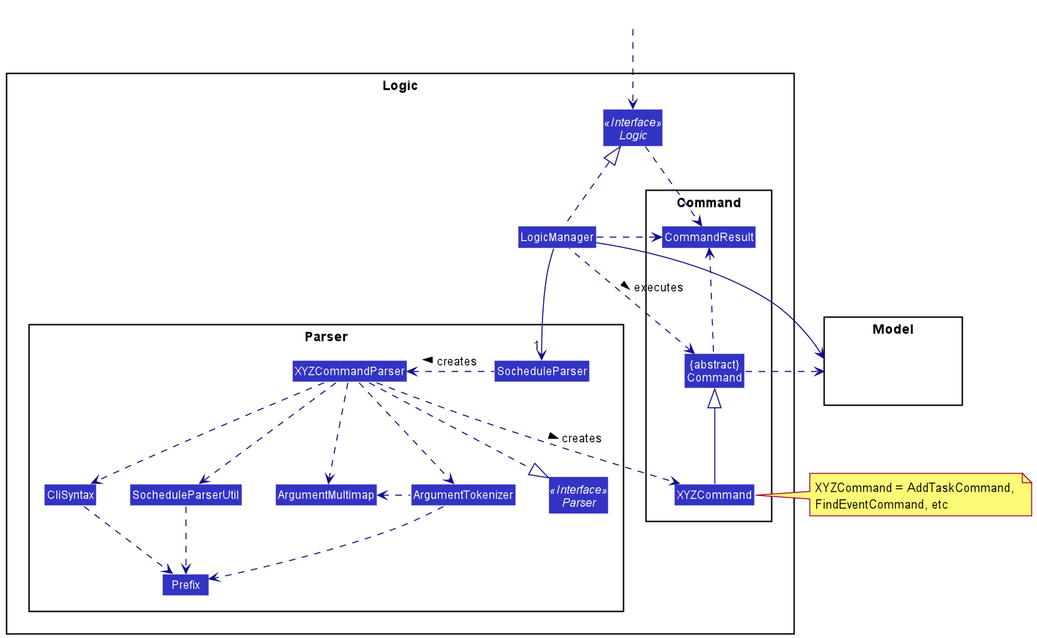
Before: docs/images/LogicClassDiagram.png, a diagram exported from PlantUML (nus-cs2103-AY2021S2/tp).
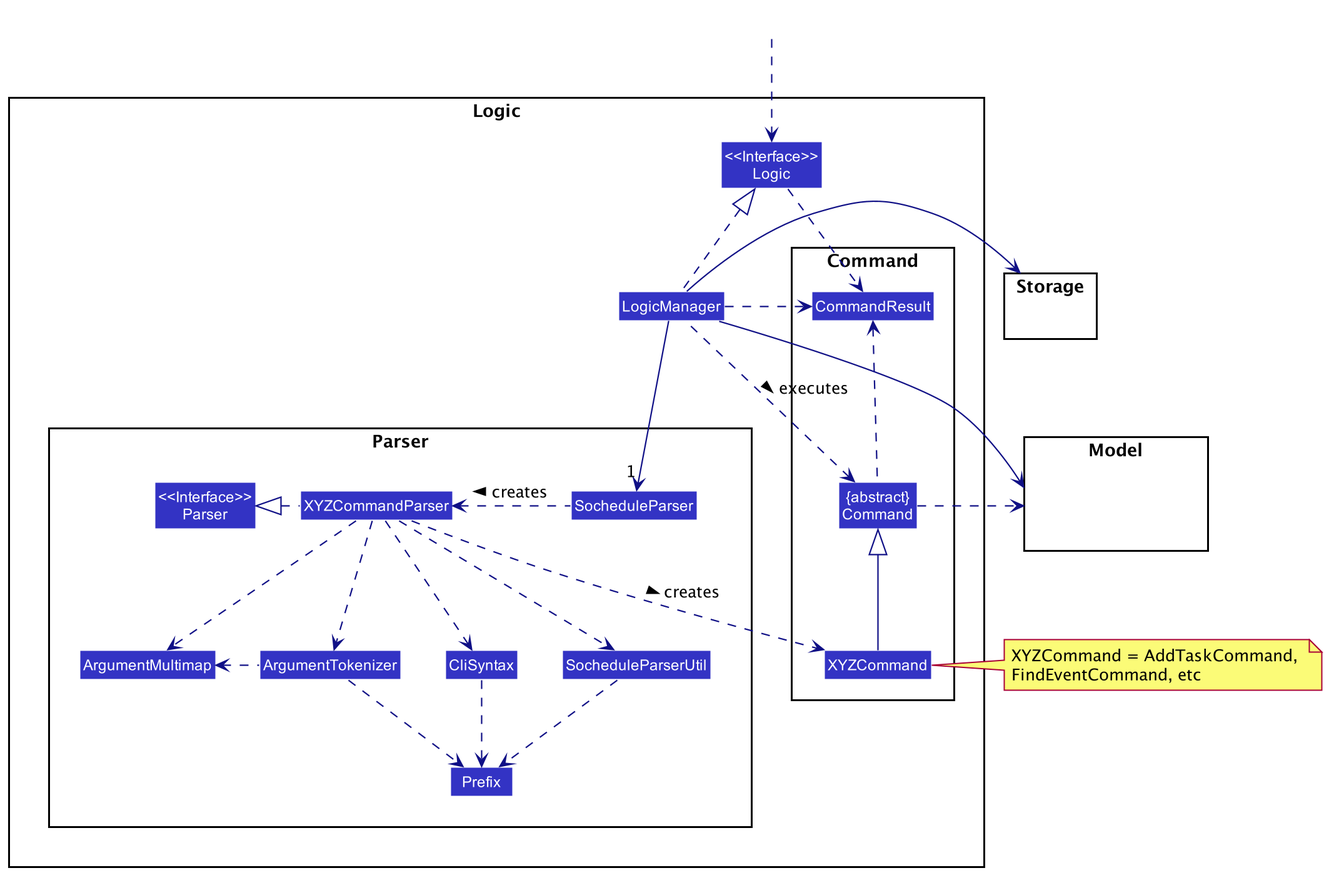
The same file after the commit.

Diff of the diagram source:
```diff
@@ -7,7 +7,7 @@
 package Logic {
 
 package Parser {
-Interface Parser <<Interface>>
+Class "<<Interface>>\nParser"
 Class SocheduleParser
 Class XYZCommandParser
 Class CliSyntax
@@ -23,7 +23,7 @@
 Class "{abstract}\nCommand" as Command
 }
 
-Interface Logic <<Interface>>
+Class "<<Interface>>\nLogic"
 Class LogicManager
 }
 
@@ -31,15 +31,19 @@
 Class HiddenModel #FFFFFF
 }
 
+package Storage{
+Class HiddenModel #FFFFFF
+}
+
 Class HiddenOutside #FFFFFF
-HiddenOutside ..> Logic
+HiddenOutside ..> "<<Interface>>\nLogic"
 
-LogicManager .up.|> Logic
+LogicManager .up.|> "<<Interface>>\nLogic"
 LogicManager -->"1" SocheduleParser
 SocheduleParser .left.> XYZCommandParser: creates >
 
 XYZCommandParser ..> XYZCommand : creates >
-XYZCommandParser ..|> Parser
+XYZCommandParser .left.|> "<<Interface>>\nParser"
 XYZCommandParser ..> ArgumentMultimap
 XYZCommandParser ..> ArgumentTokenizer
 ArgumentTokenizer .left.> ArgumentMultimap
@@ -52,10 +56,13 @@
 LogicManager .left.> Command : executes >
 
 LogicManager --> Model
+LogicManager --> Storage
+Storage --[hidden] Model
+Command .[hidden]up.> Storage
 Command .right.> Model
 note right of XYZCommand: XYZCommand = AddTaskCommand, \nFindEventCommand, etc
 
-Logic ..> CommandResult
+"<<Interface>>\nLogic" ..> CommandResult
 LogicManager .down.> CommandResult
 Command .up.> CommandResult
 CommandResult -[hidden]-> Parser
```
